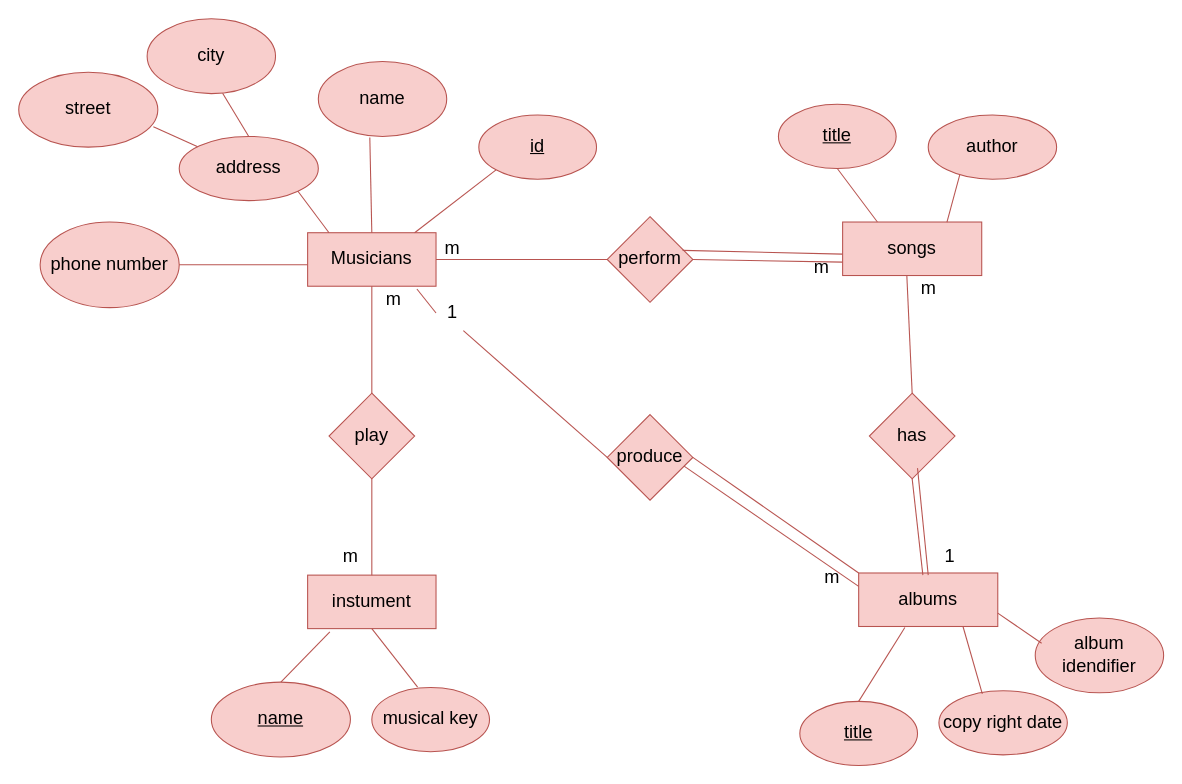
Earlier version of the draw.io diagram ERDs/Musicana/Musican.drawio (ArwaAlaa1/Back-End). Source tidied: cells renumbered, new cells numbered last; positions are measured from the earlier drawing's top-left corner, leaving out a move shared by most shapes. Both pictures are drawn from the tidied source at 107%, with x=0, y=0 at pixel (18, 18).
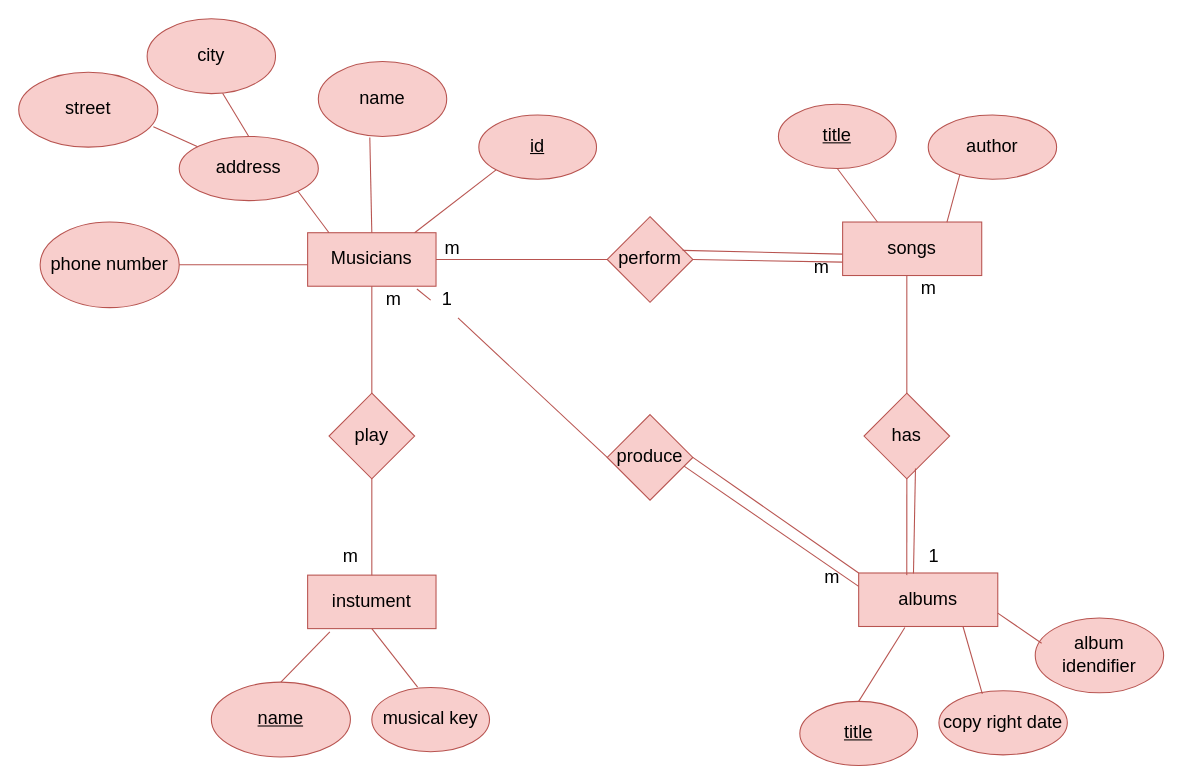
The same diagram, later.

Unchanged cells that the change refers to:
```xml
<mxCell id="20" value="albums" style="rounded=0;whiteSpace=wrap;html=1;fontSize=17;fillColor=#f8cecc;strokeColor=#b85450;" parent="1" vertex="1">
  <mxGeometry x="785" y="518" width="130" height="50" as="geometry" />
</mxCell>
```

Change to the diagram source:
```diff
@@
     <mxCell id="37" value="has" style="rhombus;whiteSpace=wrap;html=1;fontSize=17;fillColor=#f8cecc;strokeColor=#b85450;" parent="1" vertex="1">
-      <mxGeometry x="795" y="350" width="80" height="80" as="geometry" />
+      <mxGeometry x="790" y="350" width="80" height="80" as="geometry" />
     </mxCell>
-    <mxCell id="38" style="endArrow=none;html=1;rounded=0;entryX=0.5;entryY=1;entryDx=0;entryDy=0;fontSize=17;fillColor=#f8cecc;strokeColor=#b85450;" parent="1" edge="1" target="37">
-      <mxGeometry relative="1" as="geometry">
-        <mxPoint x="845" y="520" as="sourcePoint" />
-      </mxGeometry>
+    <mxCell id="38" style="endArrow=none;html=1;rounded=0;entryX=0.5;entryY=1;entryDx=0;entryDy=0;fontSize=17;fillColor=#f8cecc;strokeColor=#b85450;exitX=0.346;exitY=0.04;exitDx=0;exitDy=0;exitPerimeter=0;" parent="1" edge="1" source="20" target="37">
+      <mxGeometry relative="1" as="geometry" />
     </mxCell>
@@
-    <mxCell id="40" style="endArrow=none;html=1;rounded=0;fontSize=17;fillColor=#f8cecc;strokeColor=#b85450;" parent="1" edge="1">
-      <mxGeometry relative="1" as="geometry">
-        <mxPoint x="850" y="520" as="sourcePoint" />
-        <mxPoint x="840" y="420" as="targetPoint" />
-      </mxGeometry>
+    <mxCell id="40" style="endArrow=none;html=1;rounded=0;fontSize=17;fillColor=#f8cecc;strokeColor=#b85450;exitX=0.394;exitY=0.009;exitDx=0;exitDy=0;exitPerimeter=0;entryX=0.601;entryY=0.879;entryDx=0;entryDy=0;entryPerimeter=0;" parent="1" edge="1" source="20" target="37">
+      <mxGeometry relative="1" as="geometry" />
     </mxCell>
@@
     <mxCell id="42" value="1" style="text;html=1;align=center;verticalAlign=middle;fontSize=17;" parent="1" vertex="1">
-      <mxGeometry x="855" y="488" width="30" height="30" as="geometry" />
+      <mxGeometry x="840" y="488" width="30" height="30" as="geometry" />
     </mxCell>
@@
     <mxCell id="54" value="1" style="text;html=1;align=center;verticalAlign=middle;points=[];fontSize=17;" parent="1" vertex="1">
-      <mxGeometry x="390" y="260" width="30" height="30" as="geometry" />
+      <mxGeometry x="385" y="248" width="30" height="30" as="geometry" />
     </mxCell>
```
